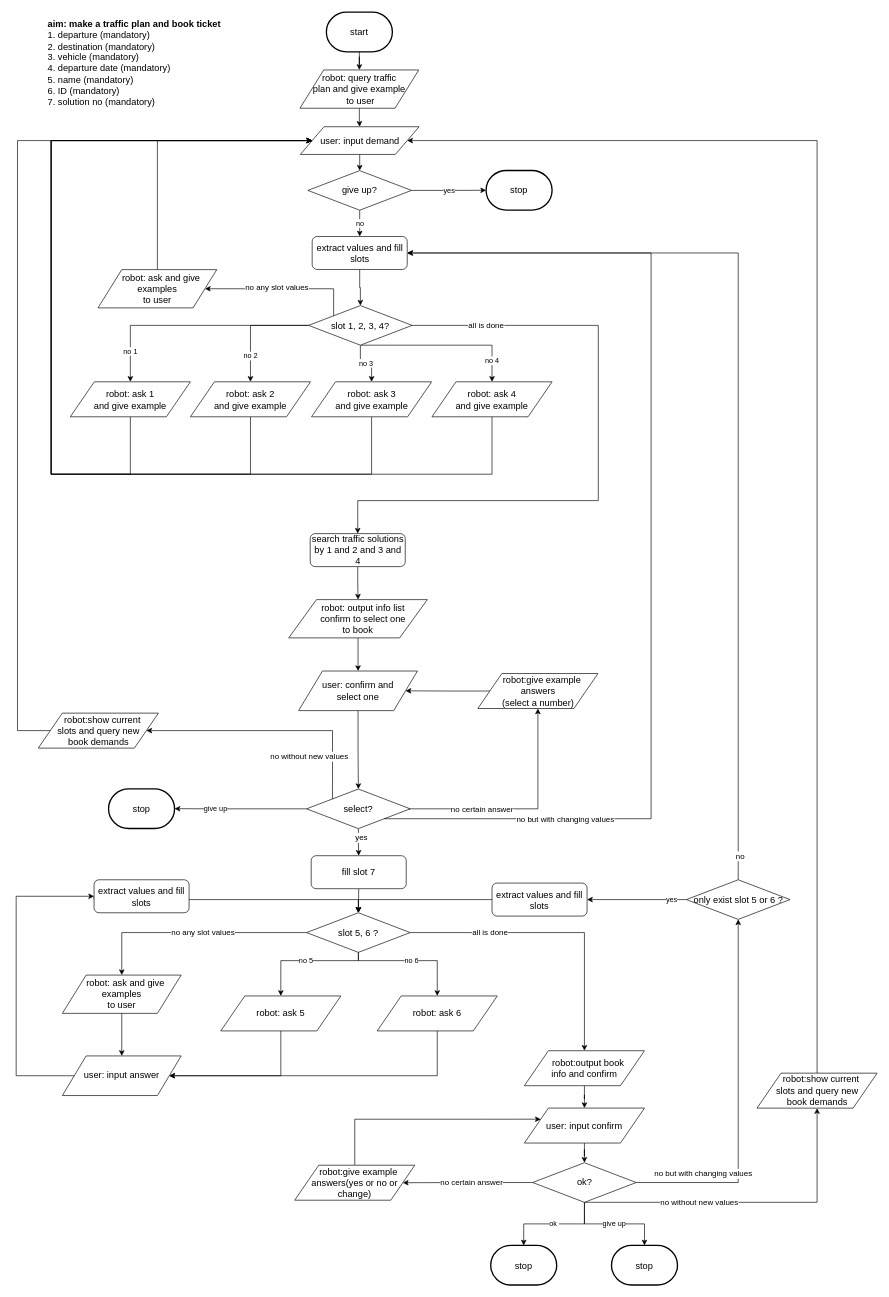
Before: flow_diagram/book_plan.drawio in ricosr/travel_consult_chatbot, a draw.io diagram. Source tidied: cells renumbered, new cells numbered last; positions are measured from the earlier drawing's top-left corner, leaving out a move shared by most shapes. Both pictures are drawn from the tidied source at 66%, with x=0, y=0 at pixel (16, 12).
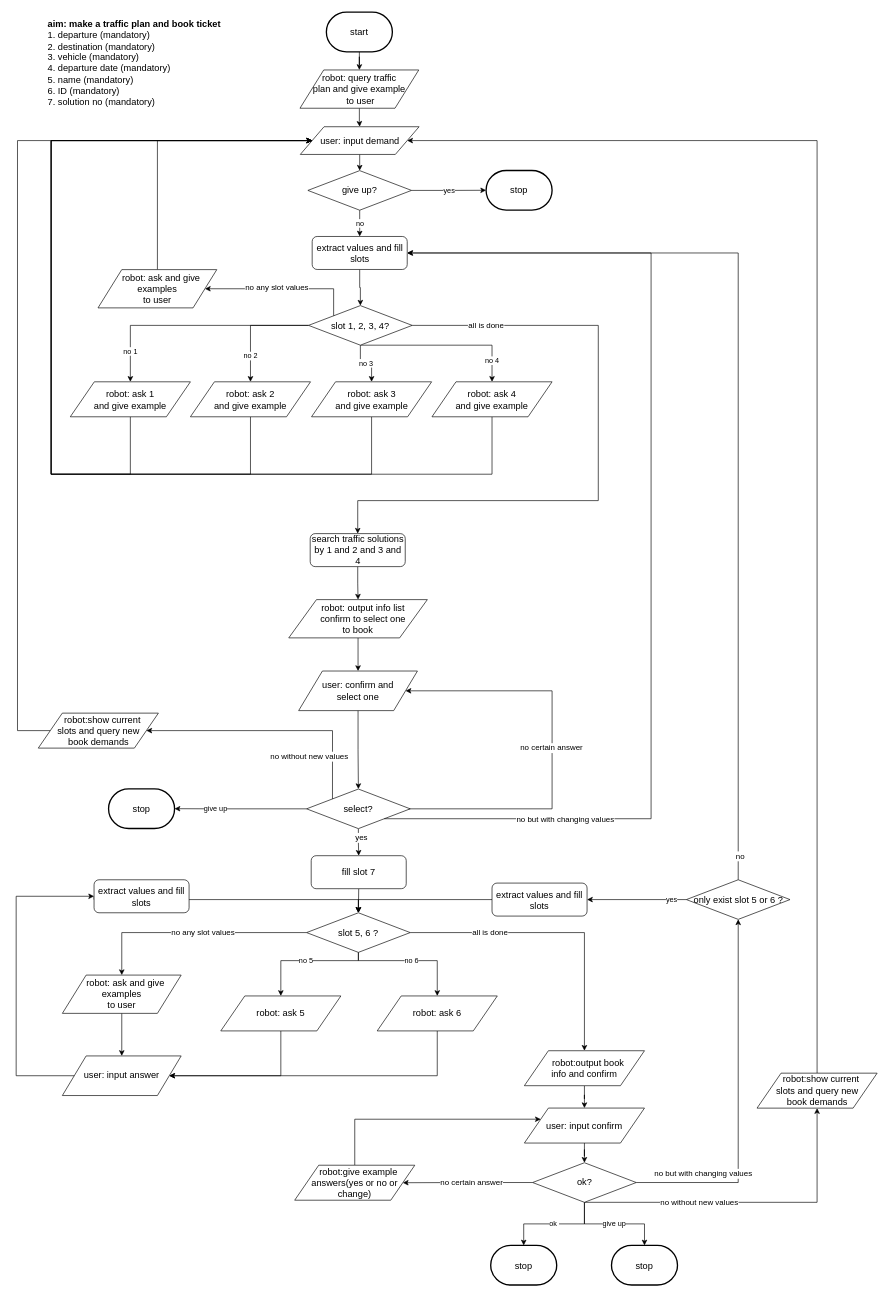
The same page after the edit.

Unchanged cells that the change refers to:
```xml
<mxCell id="29" value="&lt;span style=&quot;font-size: 14px ; white-space: normal&quot;&gt;user: confirm and &lt;br&gt;select one&lt;/span&gt;" style="shape=parallelogram;perimeter=parallelogramPerimeter;whiteSpace=wrap;html=1;" parent="1" vertex="1">
  <mxGeometry x="428" y="998.2" width="180" height="60" as="geometry" />
</mxCell>
<mxCell id="33" value="&lt;font style=&quot;font-size: 14px&quot;&gt;select?&lt;br&gt;&lt;/font&gt;" style="rhombus;whiteSpace=wrap;html=1;" parent="1" vertex="1">
  <mxGeometry x="440" y="1177" width="157" height="60" as="geometry" />
</mxCell>
```

The edit, as a diff of the source:
```diff
@@
-    <mxCell id="31" style="edgeStyle=orthogonalEdgeStyle;rounded=0;jettySize=auto;html=1;exitX=0.955;exitY=0.5;exitDx=0;exitDy=0;entryX=0.5;entryY=1;entryDx=0;entryDy=0;exitPerimeter=0;" parent="1" edge="1" source="33" target="78">
-      <mxGeometry relative="1" as="geometry" />
+    <mxCell id="31" style="edgeStyle=orthogonalEdgeStyle;rounded=0;jettySize=auto;html=1;exitX=0.955;exitY=0.5;exitDx=0;exitDy=0;entryX=1;entryY=0.5;entryDx=0;entryDy=0;exitPerimeter=0;" parent="1" edge="1" source="33" target="29">
+      <mxGeometry relative="1" as="geometry">
+        <Array as="points">
+          <mxPoint x="812" y="1207" />
+          <mxPoint x="812" y="1029" />
+        </Array>
+      </mxGeometry>
     </mxCell>
     <mxCell id="32" value="no certain answer" style="text;html=1;align=center;verticalAlign=middle;labelBackgroundColor=#ffffff;" parent="31" vertex="1">
-      <mxGeometry x="-0.34" relative="1" as="geometry" />
+      <mxGeometry x="-0.34" relative="1" as="geometry">
+        <mxPoint x="15" y="-92.5" as="offset" />
+      </mxGeometry>
     </mxCell>
@@
-    <mxCell id="77" style="edgeStyle=orthogonalEdgeStyle;rounded=0;jettySize=auto;html=1;exitX=0;exitY=0.5;exitDx=0;exitDy=0;entryX=1;entryY=0.5;entryDx=0;entryDy=0;" parent="1" edge="1" source="78" target="29">
-      <mxGeometry relative="1" as="geometry" />
-    </mxCell>
-    <mxCell id="78" value="&lt;span style=&quot;font-size: 14px&quot;&gt;&amp;nbsp; &amp;nbsp;robot:give example answers&lt;br&gt;(select a number)&lt;/span&gt;" style="shape=parallelogram;perimeter=parallelogramPerimeter;whiteSpace=wrap;html=1;" parent="1" vertex="1">
-      <mxGeometry x="699.5" y="1002" width="182" height="53" as="geometry" />
-    </mxCell>
```
